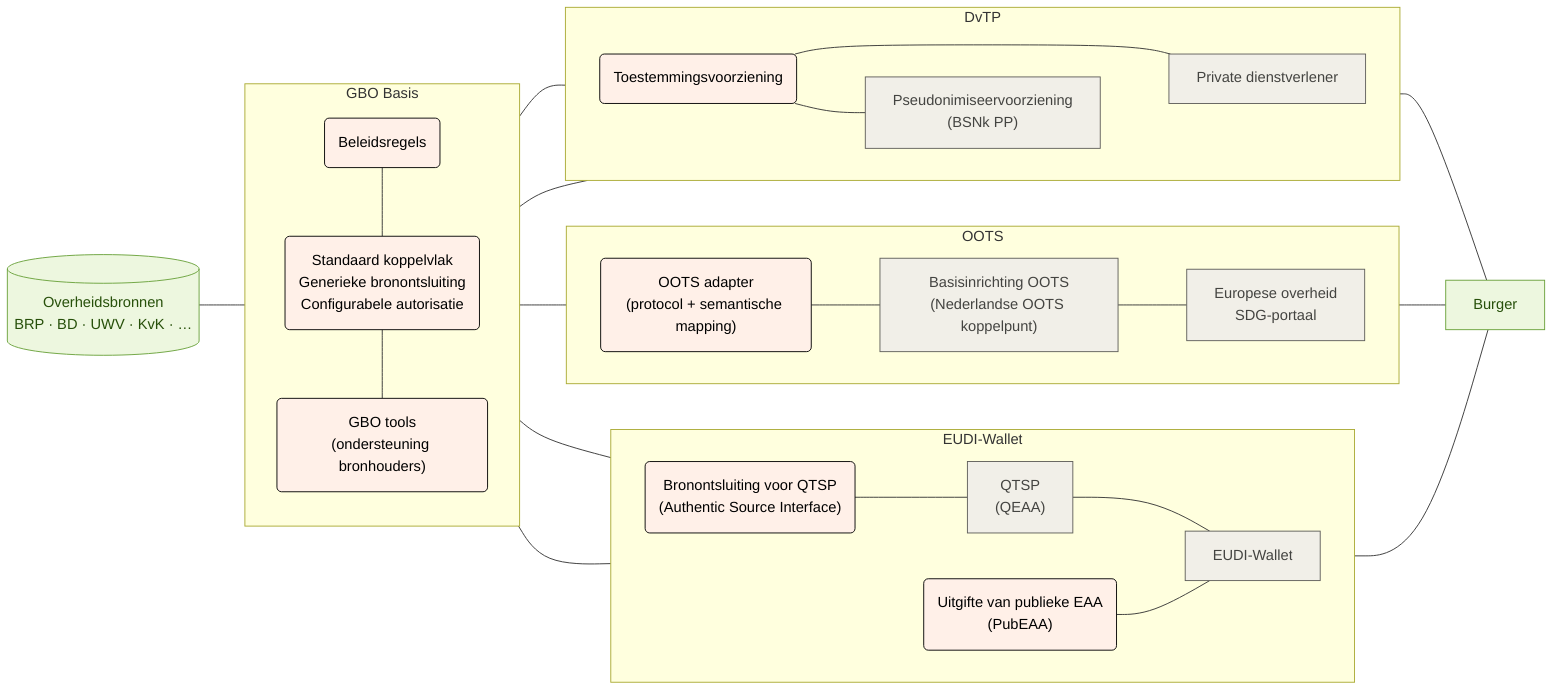
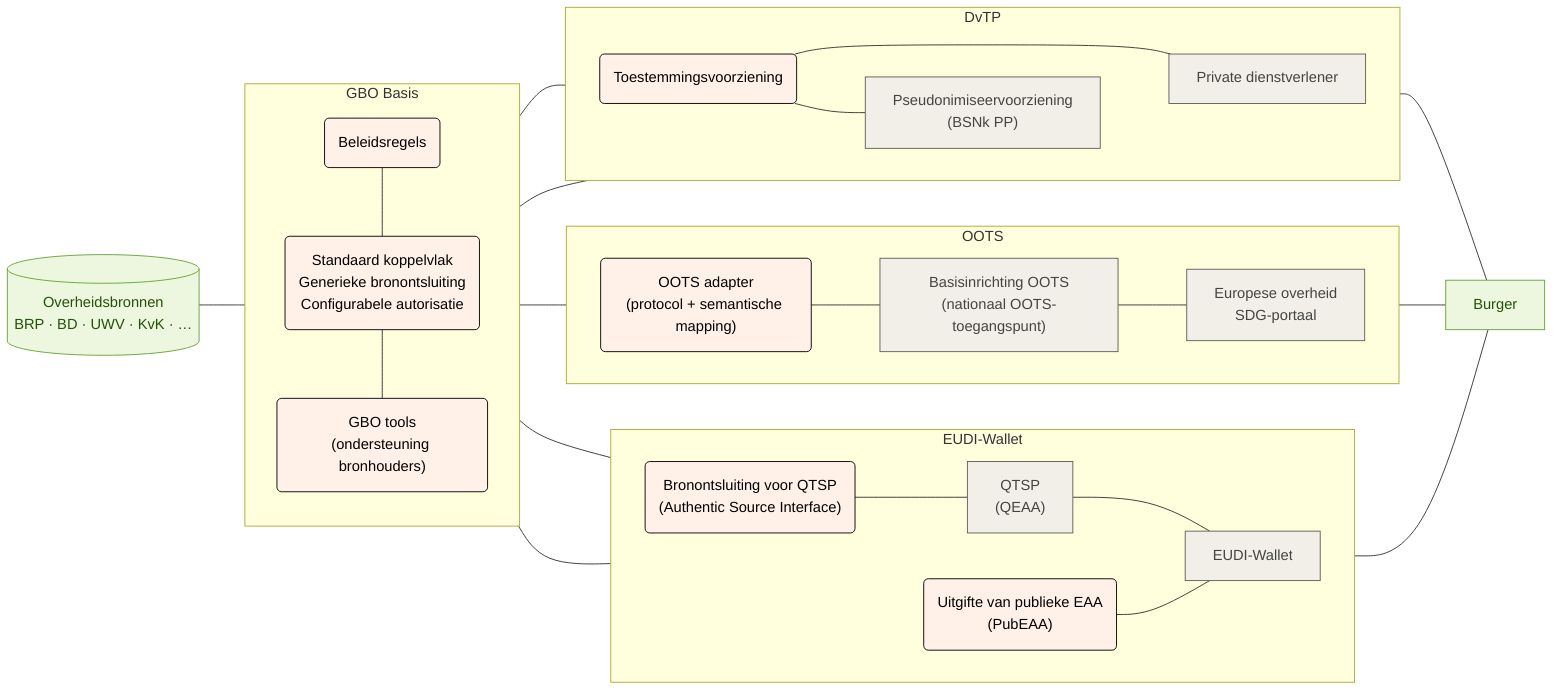
flowchart LR
  subgraph gbo["GBO Basis"]
    direction TB
        fsc_pap("Beleidsregels")
        fsc("Standaard koppelvlak<br/>Generieke bronontsluiting<br/>Configurabele autorisatie")
        fsc_tools("GBO tools<br/>(ondersteuning bronhouders)")
  end
  subgraph eudi["EUDI-Wallet"]
    direction LR
        eudi_asi("Bronontsluiting voor QTSP<br/>(Authentic Source Interface)")
        eudi_pubeaa("Uitgifte van publieke EAA<br/>(PubEAA)")
        eudi_qeaa["QTSP<br/>(QEAA)"]
        eudi_wallet["EUDI-Wallet"]
  end
  subgraph oots["OOTS"]
    direction LR
        oots_adapter("OOTS adapter<br/>(protocol + semantische mapping)")
-         oots_basis["Basisinrichting OOTS<br/>(Nederlandse OOTS koppelpunt)"]
+         oots_basis["Basisinrichting OOTS<br/>(nationaal OOTS-toegangspunt)"]
        oots_afnemer["Europese overheid<br/>SDG-portaal"]
  end
  subgraph dvtp["DvTP"]
    direction LR
        dvtp_toestemming("Toestemmingsvoorziening")
        dvtp_pseudoniem["Pseudonimiseervoorziening<br/>(BSNk PP)"]
        dvtp_afnemer["Private dienstverlener"]
  end

  fsc_pap --- fsc
  fsc --- fsc_tools
  bron[("Overheidsbronnen<br/>BRP · BD · UWV · KvK · …")] --- gbo
  eudi_asi --- eudi_qeaa
  eudi_qeaa --- eudi_wallet
  gbo --- eudi_asi & eudi_pubeaa & oots_adapter & dvtp_afnemer
  eudi_pubeaa --- eudi_wallet
  oots_adapter --- oots_basis
  oots_basis --- oots_afnemer
  gbo --- dvtp_toestemming
  dvtp_toestemming --- dvtp_afnemer
  dvtp_toestemming --- dvtp_pseudoniem
  dvtp_pseudoniem ~~~ dvtp_afnemer
  eudi_wallet --- burger["Burger"]
  oots_afnemer --- burger
  dvtp_afnemer --- burger

  fsc_pap:::gbo
  fsc:::gbo
  fsc_tools:::gbo
  eudi_asi:::gbo
  eudi_pubeaa:::gbo
  eudi_qeaa:::eudi
  eudi_wallet:::eudi
  oots_adapter:::gbo
  oots_basis:::oots
  oots_afnemer:::oots
  dvtp_toestemming:::gbo
  dvtp_pseudoniem:::dvtp
  dvtp_afnemer:::dvtp
  bron:::bron
  burger:::burger

  classDef bron fill:#edf7df,stroke:#6aa13a,color:#27500a
  classDef generiek fill:#f1efe8,stroke:#5f5e5a,color:#444441
  classDef eudi fill:#f1efe8,stroke:#5f5e5a,color:#444441
  classDef oots fill:#f1efe8,stroke:#5f5e5a,color:#444441
  classDef dvtp fill:#f1efe8,stroke:#5f5e5a,color:#444441
  classDef gbo fill:#fff0e8,stroke:#000000,color:#000000
  classDef burger fill:#edf7df,stroke:#6aa13a,color:#27500a
